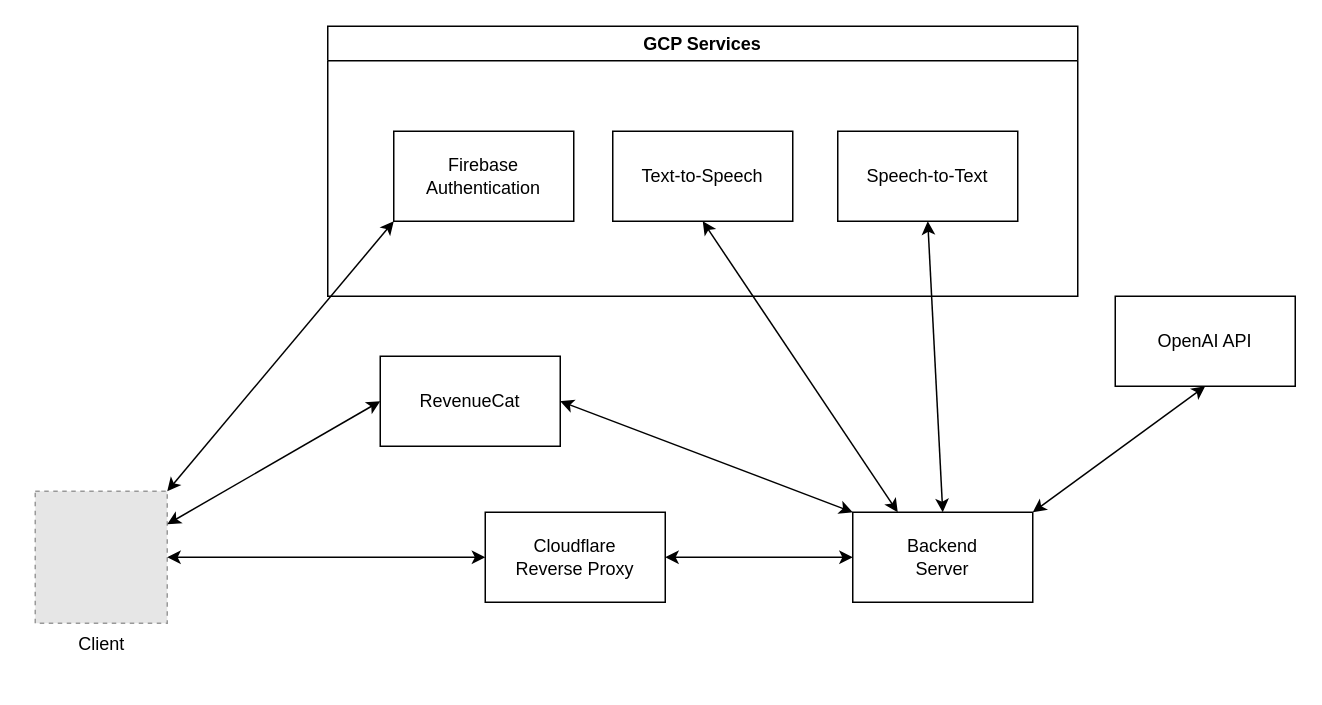
Earlier version of the draw.io diagram docs/my_applications/AI_Voice_Talk/architecture.drawio (RYO1223/resume). Source tidied: cells renumbered, new cells numbered last; positions are measured from the earlier drawing's top-left corner, leaving out a move shared by most shapes. Both pictures are drawn from the tidied source at 150%, with x=0, y=0 at pixel (34, 26). Pictures stored in the file or linked from it are replaced by grey dashed boxes.
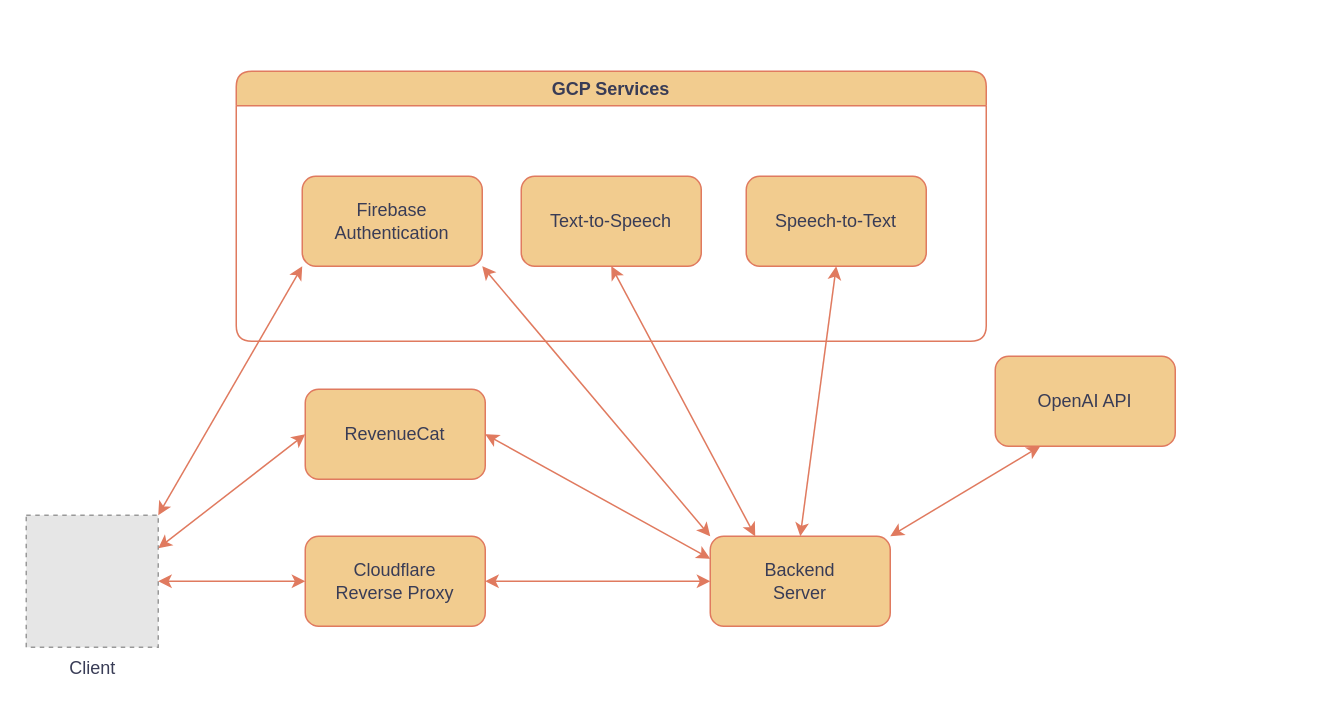
After the change.

Commit message:
architecture.drawio を更新します

Diff of the diagram source:
```diff
@@
 <mxGraphModel>
   <root>
     <mxCell id="0" />
     <mxCell id="1" parent="0" />
-    <mxCell id="2" value="RevenueCat" style="rounded=0;whiteSpace=wrap;html=1;" parent="1" vertex="1">
-      <mxGeometry x="230" y="220" width="120" height="60" as="geometry" />
+    <mxCell id="2" value="RevenueCat" style="rounded=1;whiteSpace=wrap;html=1;labelBackgroundColor=none;fillColor=#F2CC8F;strokeColor=#E07A5F;fontColor=#393C56;" parent="1" vertex="1">
+      <mxGeometry x="180" y="242" width="120" height="60" as="geometry" />
     </mxCell>
-    <mxCell id="3" value="Client" style="fillColor=#E6E6E6;strokeColor=#999999;dashed=1;html=1;verticalAlign=top;verticalLabelPosition=bottom;labelBackgroundColor=#ffffff;" parent="1" vertex="1">
-      <mxGeometry y="310" width="88" height="88" as="geometry" />
+    <mxCell id="3" value="Client" style="fillColor=#E6E6E6;strokeColor=#999999;dashed=1;html=1;verticalAlign=top;verticalLabelPosition=bottom;labelBackgroundColor=none;fontColor=#393C56;" parent="1" vertex="1">
+      <mxGeometry x="-6" y="326" width="88" height="88" as="geometry" />
     </mxCell>
-    <mxCell id="4" value="Cloudflare&lt;br&gt;Reverse Proxy" style="rounded=0;whiteSpace=wrap;html=1;" parent="1" vertex="1">
-      <mxGeometry x="300" y="324" width="120" height="60" as="geometry" />
+    <mxCell id="4" value="Cloudflare&lt;br&gt;Reverse Proxy" style="rounded=1;whiteSpace=wrap;html=1;labelBackgroundColor=none;fillColor=#F2CC8F;strokeColor=#E07A5F;fontColor=#393C56;" parent="1" vertex="1">
+      <mxGeometry x="180" y="340" width="120" height="60" as="geometry" />
     </mxCell>
-    <mxCell id="5" value="Backend&lt;br&gt;Server" style="rounded=0;whiteSpace=wrap;html=1;" parent="1" vertex="1">
-      <mxGeometry x="545" y="324" width="120" height="60" as="geometry" />
+    <mxCell id="5" value="Backend&lt;br&gt;Server" style="rounded=1;whiteSpace=wrap;html=1;labelBackgroundColor=none;fillColor=#F2CC8F;strokeColor=#E07A5F;fontColor=#393C56;" parent="1" vertex="1">
+      <mxGeometry x="450" y="340" width="120" height="60" as="geometry" />
     </mxCell>
-    <mxCell id="6" value="GCP Services" style="swimlane;whiteSpace=wrap;html=1;" parent="1" vertex="1">
-      <mxGeometry x="195" width="500" height="180" as="geometry" />
+    <mxCell id="6" value="GCP Services" style="swimlane;whiteSpace=wrap;html=1;rounded=1;labelBackgroundColor=none;fillColor=#F2CC8F;strokeColor=#E07A5F;fontColor=#393C56;" parent="1" vertex="1">
+      <mxGeometry x="134" y="30" width="500" height="180" as="geometry" />
     </mxCell>
-    <mxCell id="7" value="Firebase&lt;br&gt;Authentication" style="rounded=0;whiteSpace=wrap;html=1;" parent="6" vertex="1">
+    <mxCell id="7" value="Firebase&lt;br&gt;Authentication" style="rounded=1;whiteSpace=wrap;html=1;labelBackgroundColor=none;fillColor=#F2CC8F;strokeColor=#E07A5F;fontColor=#393C56;" parent="6" vertex="1">
       <mxGeometry x="44" y="70" width="120" height="60" as="geometry" />
     </mxCell>
-    <mxCell id="8" value="Text-to-Speech" style="rounded=0;whiteSpace=wrap;html=1;" parent="6" vertex="1">
+    <mxCell id="8" value="Text-to-Speech" style="rounded=1;whiteSpace=wrap;html=1;labelBackgroundColor=none;fillColor=#F2CC8F;strokeColor=#E07A5F;fontColor=#393C56;" parent="6" vertex="1">
       <mxGeometry x="190" y="70" width="120" height="60" as="geometry" />
     </mxCell>
-    <mxCell id="9" value="Speech-to-Text" style="rounded=0;whiteSpace=wrap;html=1;" parent="6" vertex="1">
+    <mxCell id="9" value="Speech-to-Text" style="rounded=1;whiteSpace=wrap;html=1;labelBackgroundColor=none;fillColor=#F2CC8F;strokeColor=#E07A5F;fontColor=#393C56;" parent="6" vertex="1">
       <mxGeometry x="340" y="70" width="120" height="60" as="geometry" />
     </mxCell>
-    <mxCell id="10" value="OpenAI API" style="rounded=0;whiteSpace=wrap;html=1;" parent="1" vertex="1">
-      <mxGeometry x="720" y="180" width="120" height="60" as="geometry" />
+    <mxCell id="10" value="OpenAI API" style="rounded=1;whiteSpace=wrap;html=1;labelBackgroundColor=none;fillColor=#F2CC8F;strokeColor=#E07A5F;fontColor=#393C56;" parent="1" vertex="1">
+      <mxGeometry x="640" y="220" width="120" height="60" as="geometry" />
     </mxCell>
-    <mxCell id="11" style="endArrow=classic;html=1;rounded=0;exitX=1;exitY=0.25;exitDx=0;exitDy=0;entryX=0;entryY=0.5;entryDx=0;entryDy=0;startArrow=classic;startFill=1;" parent="1" edge="1" source="3" target="2">
+    <mxCell id="11" style="endArrow=classic;html=1;rounded=1;exitX=1;exitY=0.25;exitDx=0;exitDy=0;entryX=0;entryY=0.5;entryDx=0;entryDy=0;startArrow=classic;startFill=1;labelBackgroundColor=none;strokeColor=#E07A5F;fontColor=default;" parent="1" edge="1" source="3" target="2">
       <mxGeometry relative="1" as="geometry" />
     </mxCell>
-    <mxCell id="12" style="endArrow=classic;html=1;rounded=0;exitX=1;exitY=0.5;exitDx=0;exitDy=0;entryX=0;entryY=0.5;entryDx=0;entryDy=0;startArrow=classic;startFill=1;" parent="1" edge="1" source="3" target="4">
+    <mxCell id="12" style="endArrow=classic;html=1;rounded=1;exitX=1;exitY=0.5;exitDx=0;exitDy=0;entryX=0;entryY=0.5;entryDx=0;entryDy=0;startArrow=classic;startFill=1;labelBackgroundColor=none;strokeColor=#E07A5F;fontColor=default;" parent="1" edge="1" source="3" target="4">
       <mxGeometry relative="1" as="geometry" />
     </mxCell>
-    <mxCell id="13" style="endArrow=classic;html=1;rounded=0;exitX=1;exitY=0.5;exitDx=0;exitDy=0;entryX=0;entryY=0.5;entryDx=0;entryDy=0;startArrow=classic;startFill=1;" parent="1" edge="1" source="4" target="5">
+    <mxCell id="13" style="endArrow=classic;html=1;rounded=1;exitX=1;exitY=0.5;exitDx=0;exitDy=0;entryX=0;entryY=0.5;entryDx=0;entryDy=0;startArrow=classic;startFill=1;labelBackgroundColor=none;strokeColor=#E07A5F;fontColor=default;" parent="1" edge="1" source="4" target="5">
       <mxGeometry relative="1" as="geometry" />
     </mxCell>
-    <mxCell id="14" style="endArrow=classic;startArrow=classic;html=1;rounded=0;exitX=1;exitY=0;exitDx=0;exitDy=0;entryX=0;entryY=1;entryDx=0;entryDy=0;" parent="1" edge="1" source="3" target="7">
+    <mxCell id="14" style="endArrow=classic;startArrow=classic;html=1;rounded=1;exitX=1;exitY=0;exitDx=0;exitDy=0;entryX=0;entryY=1;entryDx=0;entryDy=0;labelBackgroundColor=none;strokeColor=#E07A5F;fontColor=default;" parent="1" edge="1" source="3" target="7">
       <mxGeometry relative="1" as="geometry" />
     </mxCell>
-    <mxCell id="15" style="endArrow=classic;startArrow=classic;html=1;rounded=0;entryX=1;entryY=0.5;entryDx=0;entryDy=0;exitX=0;exitY=0;exitDx=0;exitDy=0;" parent="1" edge="1" source="5" target="2">
+    <mxCell id="15" style="endArrow=classic;startArrow=classic;html=1;rounded=1;entryX=1;entryY=0.5;entryDx=0;entryDy=0;exitX=0;exitY=0.25;exitDx=0;exitDy=0;labelBackgroundColor=none;strokeColor=#E07A5F;fontColor=default;" parent="1" edge="1" source="5" target="2">
       <mxGeometry relative="1" as="geometry" />
     </mxCell>
-    <mxCell id="16" style="endArrow=classic;startArrow=classic;html=1;rounded=0;exitX=0.25;exitY=0;exitDx=0;exitDy=0;entryX=0.5;entryY=1;entryDx=0;entryDy=0;" parent="1" edge="1" source="5" target="8">
+    <mxCell id="16" style="endArrow=classic;startArrow=classic;html=1;rounded=1;exitX=0.25;exitY=0;exitDx=0;exitDy=0;entryX=0.5;entryY=1;entryDx=0;entryDy=0;labelBackgroundColor=none;strokeColor=#E07A5F;fontColor=default;" parent="1" edge="1" source="5" target="8">
       <mxGeometry relative="1" as="geometry" />
     </mxCell>
-    <mxCell id="17" style="endArrow=classic;startArrow=classic;html=1;rounded=0;exitX=1;exitY=0;exitDx=0;exitDy=0;entryX=0.5;entryY=1;entryDx=0;entryDy=0;" parent="1" edge="1" source="5" target="10">
+    <mxCell id="17" style="endArrow=classic;startArrow=classic;html=1;rounded=1;exitX=1;exitY=0;exitDx=0;exitDy=0;entryX=0.25;entryY=1;entryDx=0;entryDy=0;labelBackgroundColor=none;strokeColor=#E07A5F;fontColor=default;" parent="1" edge="1" source="5" target="10">
       <mxGeometry relative="1" as="geometry" />
     </mxCell>
-    <mxCell id="18" style="endArrow=classic;startArrow=classic;html=1;rounded=0;exitX=0.5;exitY=0;exitDx=0;exitDy=0;entryX=0.5;entryY=1;entryDx=0;entryDy=0;" parent="1" edge="1" source="5" target="9">
+    <mxCell id="18" style="endArrow=classic;startArrow=classic;html=1;rounded=1;exitX=0.5;exitY=0;exitDx=0;exitDy=0;entryX=0.5;entryY=1;entryDx=0;entryDy=0;labelBackgroundColor=none;strokeColor=#E07A5F;fontColor=default;" parent="1" edge="1" source="5" target="9">
       <mxGeometry relative="1" as="geometry" />
     </mxCell>
+    <mxCell id="19" style="endArrow=classic;startArrow=classic;html=1;rounded=1;exitX=0;exitY=0;exitDx=0;exitDy=0;entryX=1;entryY=1;entryDx=0;entryDy=0;labelBackgroundColor=none;strokeColor=#E07A5F;fontColor=default;" parent="1" edge="1" source="5" target="7">
+      <mxGeometry relative="1" as="geometry" />
+    </mxCell>
   </root>
 </mxGraphModel>
```
